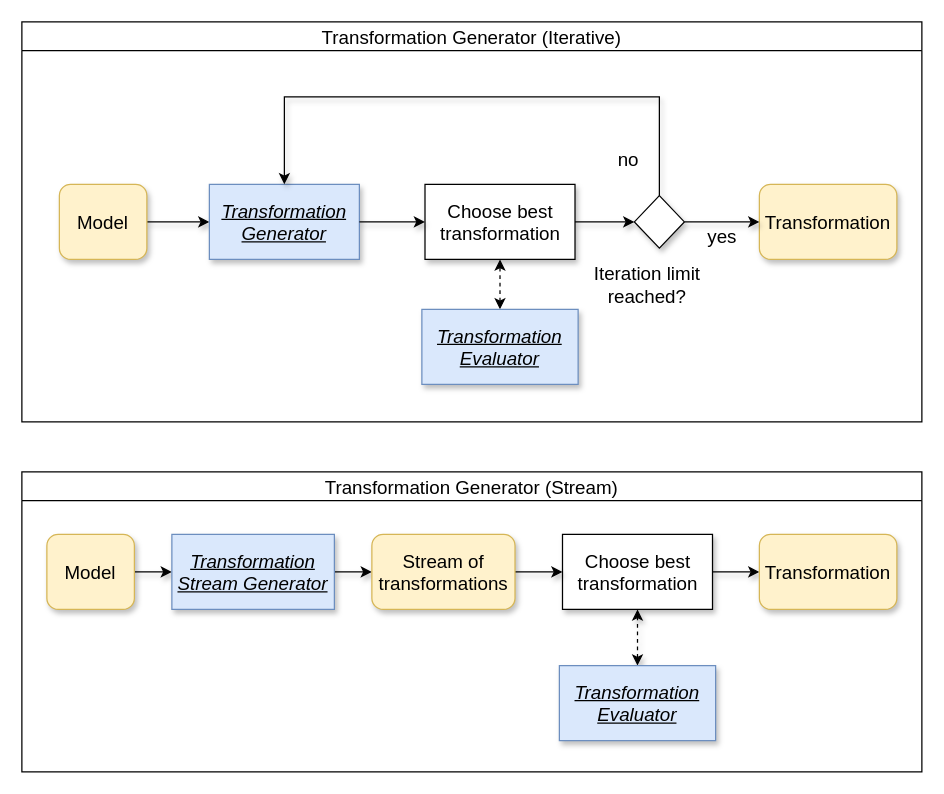
Earlier version of the draw.io diagram graphics/TransformationGen.drawio (crschnick/Master-Thesis). Source tidied: cells renumbered, new cells numbered last; positions are measured from the earlier drawing's top-left corner, leaving out a move shared by most shapes. Both pictures are drawn from the tidied source at 125%, with x=0, y=0 at pixel (21, 21).
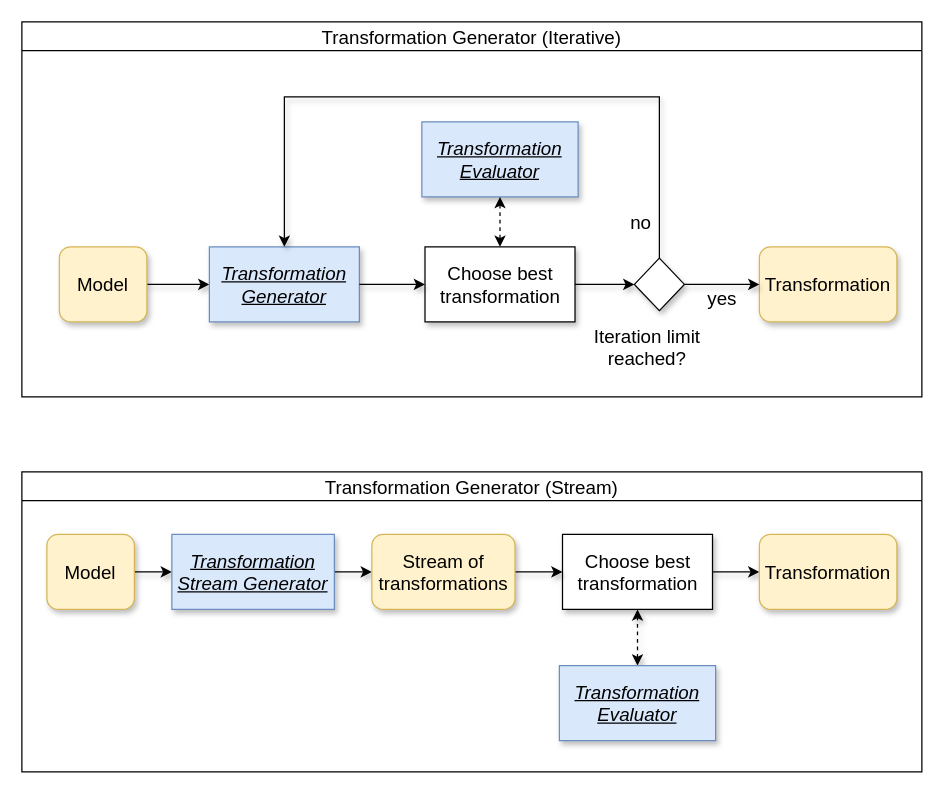
After the change.

Change to the diagram source:
```diff
@@
     <mxCell id="2" value="Transformation Generator (Iterative)" style="swimlane;sketch=0;fontSize=15;fontStyle=0;" parent="1" vertex="1">
-      <mxGeometry width="720" height="320" as="geometry" />
+      <mxGeometry width="720" height="300" as="geometry" />
     </mxCell>
@@
     <mxCell id="4" value="&lt;font style=&quot;font-size: 15px&quot;&gt;Model&lt;/font&gt;" style="rounded=1;whiteSpace=wrap;html=1;fillColor=#fff2cc;strokeColor=#d6b656;fontSize=15;shadow=1;" parent="2" vertex="1">
-      <mxGeometry x="30" y="130" width="70" height="60" as="geometry" />
+      <mxGeometry x="30" y="180" width="70" height="60" as="geometry" />
     </mxCell>
     <mxCell id="5" value="&lt;u style=&quot;font-size: 15px;&quot;&gt;&lt;i style=&quot;font-size: 15px;&quot;&gt;Transformation Generator&lt;/i&gt;&lt;/u&gt;" style="rounded=0;whiteSpace=wrap;html=1;sketch=0;fillColor=#dae8fc;strokeColor=#6c8ebf;fontSize=15;shadow=1;" parent="2" vertex="1">
-      <mxGeometry x="150" y="130" width="120" height="60" as="geometry" />
+      <mxGeometry x="150" y="180" width="120" height="60" as="geometry" />
     </mxCell>
     <mxCell id="6" value="&lt;font style=&quot;font-size: 15px&quot;&gt;Transformation&lt;/font&gt;" style="rounded=1;whiteSpace=wrap;html=1;sketch=0;fillColor=#fff2cc;strokeColor=#d6b656;fontSize=15;shadow=1;" parent="2" vertex="1">
-      <mxGeometry x="590" y="130" width="110" height="60" as="geometry" />
+      <mxGeometry x="590" y="180" width="110" height="60" as="geometry" />
     </mxCell>
@@
     <mxCell id="8" value="Choose best transformation" style="rounded=0;whiteSpace=wrap;html=1;sketch=0;fontSize=15;shadow=1;" parent="2" vertex="1">
-      <mxGeometry x="322.5" y="130" width="120" height="60" as="geometry" />
+      <mxGeometry x="322.5" y="180" width="120" height="60" as="geometry" />
     </mxCell>
@@
     <mxCell id="10" value="&lt;div style=&quot;font-size: 15px;&quot;&gt;Iteration limit&lt;/div&gt;&lt;div style=&quot;font-size: 15px;&quot;&gt;reached?&lt;/div&gt;" style="text;html=1;align=center;verticalAlign=middle;strokeColor=none;fontSize=15;shadow=1;" parent="2" vertex="1">
-      <mxGeometry x="450" y="190" width="100" height="40" as="geometry" />
+      <mxGeometry x="450" y="240" width="100" height="40" as="geometry" />
     </mxCell>
     <mxCell id="11" value="&lt;div style=&quot;font-size: 15px;&quot;&gt;yes&lt;/div&gt;" style="text;html=1;align=center;verticalAlign=middle;strokeColor=none;fontSize=15;shadow=1;" parent="2" vertex="1">
-      <mxGeometry x="540" y="161" width="40" height="20" as="geometry" />
+      <mxGeometry x="540" y="211" width="40" height="20" as="geometry" />
     </mxCell>
     <mxCell id="12" value="no" style="text;html=1;align=center;verticalAlign=middle;strokeColor=none;fontSize=15;shadow=1;" parent="2" vertex="1">
-      <mxGeometry x="470" y="100" width="30" height="20" as="geometry" />
+      <mxGeometry x="480" y="150" width="30" height="20" as="geometry" />
     </mxCell>
@@
     <mxCell id="15" style="rhombus;whiteSpace=wrap;html=1;shadow=1;sketch=0;fontSize=15;" parent="2" vertex="1">
-      <mxGeometry x="490" y="139" width="40" height="42" as="geometry" />
+      <mxGeometry x="490" y="189" width="40" height="42" as="geometry" />
     </mxCell>
+    <mxCell id="17" value="&lt;div&gt;&lt;u&gt;&lt;i&gt;Transformation&lt;/i&gt;&lt;/u&gt;&lt;/div&gt;&lt;div&gt;&lt;u&gt;&lt;i&gt;Evaluator&lt;/i&gt;&lt;/u&gt;&lt;/div&gt;" style="rounded=0;whiteSpace=wrap;html=1;sketch=0;fontSize=15;shadow=1;fillColor=#dae8fc;strokeColor=#6c8ebf;" parent="2" vertex="1">
+      <mxGeometry x="320" y="80" width="125" height="60" as="geometry" />
+    </mxCell>
-    <mxCell id="16" style="edgeStyle=orthogonalEdgeStyle;rounded=0;jettySize=auto;html=1;entryX=0.5;entryY=1;entryDx=0;entryDy=0;dashed=1;startArrow=classic;startFill=1;" parent="2" edge="1" source="17" target="8">
+    <mxCell id="16" style="edgeStyle=orthogonalEdgeStyle;rounded=0;jettySize=auto;html=1;dashed=1;startArrow=classic;startFill=1;entryX=0.5;entryY=0;entryDx=0;entryDy=0;exitX=0.5;exitY=1;exitDx=0;exitDy=0;" parent="2" edge="1" source="17" target="8">
       <mxGeometry relative="1" as="geometry" />
     </mxCell>
-    <mxCell id="17" value="&lt;div&gt;&lt;u&gt;&lt;i&gt;Transformation&lt;/i&gt;&lt;/u&gt;&lt;/div&gt;&lt;div&gt;&lt;u&gt;&lt;i&gt;Evaluator&lt;/i&gt;&lt;/u&gt;&lt;/div&gt;" style="rounded=0;whiteSpace=wrap;html=1;sketch=0;fontSize=15;shadow=1;fillColor=#dae8fc;strokeColor=#6c8ebf;" parent="2" vertex="1">
-      <mxGeometry x="320" y="230" width="125" height="60" as="geometry" />
-    </mxCell>
```
